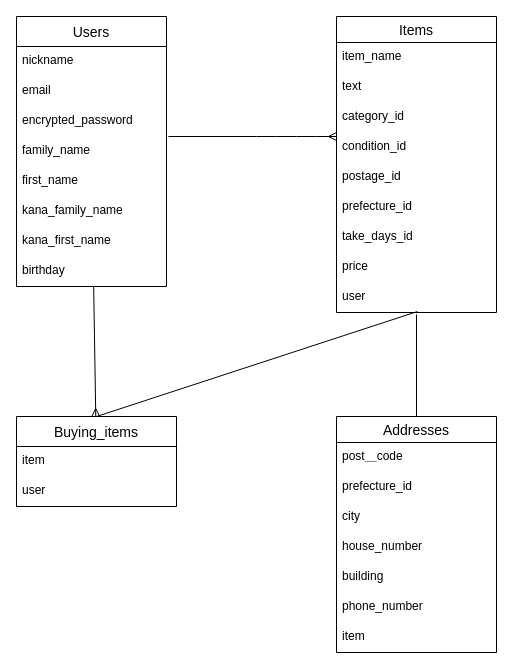
Above: furima-37361.dio in okogeya/furima-37361 (draw.io), before the change. Source tidied: cells renumbered, new cells numbered last; positions are measured from the earlier drawing's top-left corner, leaving out a move shared by most shapes. Both pictures are drawn from the tidied source at 100%, with x=0, y=0 at pixel (16, 16).
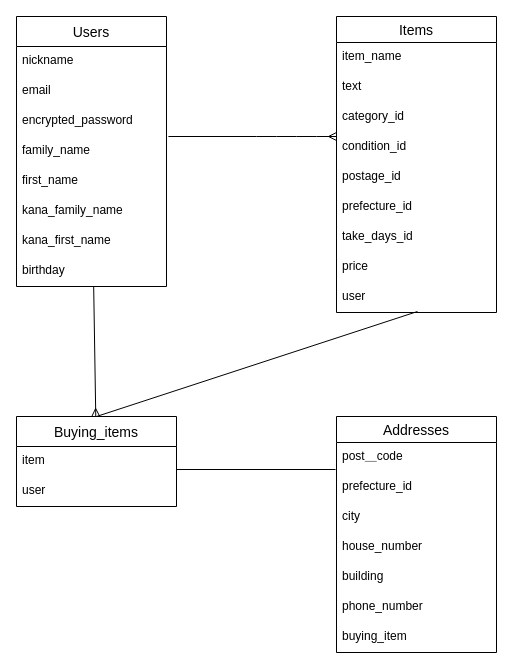
The same diagram, later.

Commit message (it also covers changes not shown here):
データベース設計（修正2回目）

The change refers to these unchanged cells:
```xml
<mxCell id="22" value="user" style="text;strokeColor=none;fillColor=none;spacingLeft=4;spacingRight=4;overflow=hidden;points=[[0,0.5],[1,0.5]];portConstraint=eastwest;fontSize=12;" parent="13" vertex="1">
  <mxGeometry y="266" width="160" height="30" as="geometry" />
</mxCell>
<mxCell id="23" value="Addresses" style="swimlane;fontStyle=0;horizontal=1;startSize=26;align=center;fontSize=14;" parent="1" vertex="1">
  <mxGeometry x="320" y="400" width="160" height="236" as="geometry" />
</mxCell>
<mxCell id="24" value="post＿code" style="text;strokeColor=none;fillColor=none;spacingLeft=4;spacingRight=4;overflow=hidden;points=[[0,0.5],[1,0.5]];portConstraint=eastwest;fontSize=12;" parent="23" vertex="1">
  <mxGeometry y="26" width="160" height="30" as="geometry" />
</mxCell>
```

What changed in the source:
```diff
@@
-    <mxCell id="2" style="edgeStyle=none;html=1;endArrow=none;endFill=0;startSize=6;exitX=0.5;exitY=1.067;exitDx=0;exitDy=0;exitPerimeter=0;" parent="1" edge="1" source="22">
+    <mxCell id="2" style="edgeStyle=none;html=1;endArrow=none;endFill=0;startSize=6;entryX=-0.006;entryY=0.9;entryDx=0;entryDy=0;entryPerimeter=0;" parent="1" edge="1" target="24">
       <mxGeometry relative="1" as="geometry">
-        <mxPoint x="400" y="400" as="targetPoint" />
+        <mxPoint x="160" y="453" as="sourcePoint" />
       </mxGeometry>
     </mxCell>
@@
-    <mxCell id="30" value="item" style="text;strokeColor=none;fillColor=none;spacingLeft=4;spacingRight=4;overflow=hidden;fontSize=12;" parent="23" vertex="1">
+    <mxCell id="30" value="buying_item" style="text;strokeColor=none;fillColor=none;spacingLeft=4;spacingRight=4;overflow=hidden;fontSize=12;" parent="23" vertex="1">
       <mxGeometry y="206" width="160" height="30" as="geometry" />
     </mxCell>
```
